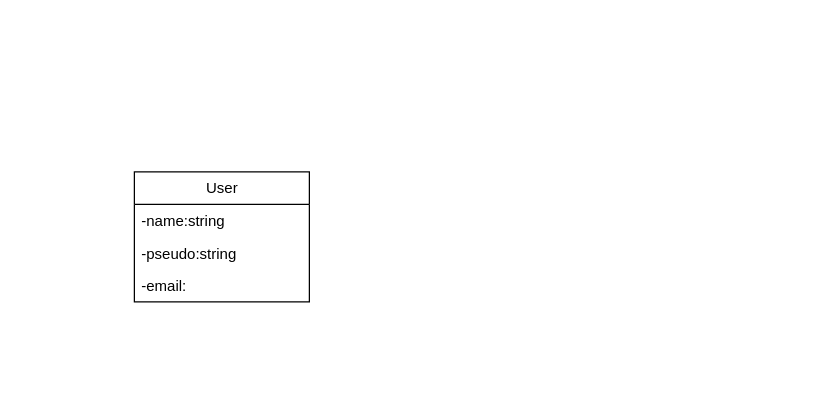
This is app/diagramme/classD.drawio from abderrahim-ghmouch/linkup, a draw.io file, before an edit. Source tidied: cells renumbered, new cells numbered last; positions are measured from the earlier drawing's top-left corner, leaving out a move shared by most shapes. Both pictures are drawn from the tidied source at 125%, with x=0, y=0 at pixel (134, 171).
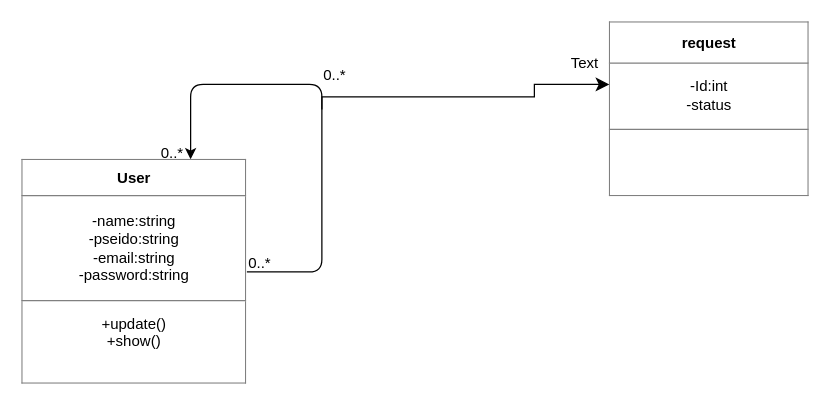
Above is the later version.

Commit message (it also covers changes not shown here):
updatee the UML and fix the route of network

What changed in the source:
```diff
@@
 <mxGraphModel>
   <root>
     <mxCell id="0" />
     <mxCell id="1" parent="0" />
-    <mxCell id="2" value="User" style="swimlane;fontStyle=0;horizontal=1;startSize=26;fillColor=none;html=1;" parent="1" vertex="1">
-      <mxGeometry width="140" height="104" as="geometry" />
-    </mxCell>
-    <mxCell id="3" value="-name:string" style="text;strokeColor=none;fillColor=none;align=left;verticalAlign=top;spacingLeft=4;spacingRight=4;overflow=hidden;whiteSpace=wrap;html=1;" parent="2" vertex="1">
-      <mxGeometry y="26" width="140" height="26" as="geometry" />
-    </mxCell>
-    <mxCell id="4" value="-pseudo:string&lt;div&gt;&lt;br&gt;&lt;/div&gt;" style="text;strokeColor=none;fillColor=none;align=left;verticalAlign=top;spacingLeft=4;spacingRight=4;overflow=hidden;whiteSpace=wrap;html=1;" parent="2" vertex="1">
-      <mxGeometry y="52" width="140" height="26" as="geometry" />
-    </mxCell>
-    <mxCell id="5" value="-email:" style="text;strokeColor=none;fillColor=none;align=left;verticalAlign=top;spacingLeft=4;spacingRight=4;overflow=hidden;whiteSpace=wrap;html=1;" parent="2" vertex="1">
-      <mxGeometry y="78" width="140" height="26" as="geometry" />
-    </mxCell>
+    <mxCell id="6" style="edgeStyle=none;html=1;exitX=1;exitY=0.5;exitDx=0;exitDy=0;entryX=0.75;entryY=0;entryDx=0;entryDy=0;" parent="1" edge="1" source="7" target="7">
+      <mxGeometry relative="1" as="geometry">
+        <Array as="points">
+          <mxPoint x="150" y="80" />
+          <mxPoint x="150" y="-70" />
+          <mxPoint x="45" y="-70" />
+        </Array>
+      </mxGeometry>
+    </mxCell>
+    <mxCell id="7" value="&lt;table border=&quot;1&quot; width=&quot;100%&quot; height=&quot;100%&quot; cellpadding=&quot;4&quot; style=&quot;width:100%;height:100%;border-collapse:collapse;&quot;&gt;&lt;tbody&gt;&lt;tr&gt;&lt;th align=&quot;center&quot;&gt;&lt;b&gt;User&lt;/b&gt;&lt;/th&gt;&lt;/tr&gt;&lt;tr&gt;&lt;td align=&quot;center&quot;&gt;-name:string&lt;br&gt;-pseido:string&lt;br&gt;-email:string&lt;br&gt;-password:string&lt;/td&gt;&lt;/tr&gt;&lt;tr&gt;&lt;td align=&quot;center&quot;&gt;+update()&lt;br&gt;+show()&lt;br&gt;&lt;br&gt;&lt;/td&gt;&lt;/tr&gt;&lt;/tbody&gt;&lt;/table&gt;" style="text;html=1;whiteSpace=wrap;strokeColor=none;fillColor=none;overflow=fill;" parent="1" vertex="1">
+      <mxGeometry x="-90" y="-10" width="180" height="180" as="geometry" />
+    </mxCell>
+    <mxCell id="8" value="0..*" style="text;html=1;align=center;verticalAlign=middle;strokeColor=none;fillColor=none;" parent="1" vertex="1">
+      <mxGeometry x="80" y="58" width="40" height="30" as="geometry" />
+    </mxCell>
+    <mxCell id="9" value="0..*" style="text;html=1;align=center;verticalAlign=middle;strokeColor=none;fillColor=none;" parent="1" vertex="1">
+      <mxGeometry x="10" y="-30" width="40" height="30" as="geometry" />
+    </mxCell>
+    <mxCell id="10" value="&lt;table border=&quot;1&quot; width=&quot;100%&quot; height=&quot;100%&quot; cellpadding=&quot;4&quot; style=&quot;width:100%;height:100%;border-collapse:collapse;&quot;&gt;&lt;tbody&gt;&lt;tr&gt;&lt;th align=&quot;center&quot;&gt;&lt;b&gt;request&lt;/b&gt;&lt;/th&gt;&lt;/tr&gt;&lt;tr&gt;&lt;td align=&quot;center&quot;&gt;-Id:int&lt;br&gt;-status&lt;/td&gt;&lt;/tr&gt;&lt;tr&gt;&lt;td align=&quot;center&quot;&gt;&lt;br&gt;&lt;br&gt;&lt;/td&gt;&lt;/tr&gt;&lt;/tbody&gt;&lt;/table&gt;" style="text;html=1;whiteSpace=wrap;strokeColor=none;fillColor=none;overflow=fill;" parent="1" vertex="1">
+      <mxGeometry x="380" y="-120" width="160" height="140" as="geometry" />
+    </mxCell>
+    <mxCell id="11" style="edgeStyle=segmentEdgeStyle;endArrow=classic;html=1;curved=0;rounded=0;endSize=8;startSize=8;" parent="1" edge="1">
+      <mxGeometry relative="1" as="geometry">
+        <mxPoint x="150" y="-50" as="sourcePoint" />
+        <mxPoint x="380" y="-70" as="targetPoint" />
+        <Array as="points">
+          <mxPoint x="150" y="-60" />
+          <mxPoint x="320" y="-60" />
+          <mxPoint x="320" y="-70" />
+        </Array>
+      </mxGeometry>
+    </mxCell>
+    <mxCell id="12" value="0..*" style="text;html=1;align=center;verticalAlign=middle;strokeColor=none;fillColor=none;" parent="1" vertex="1">
+      <mxGeometry x="140" y="-92" width="40" height="30" as="geometry" />
+    </mxCell>
+    <mxCell id="13" value="Text" style="text;html=1;align=center;verticalAlign=middle;strokeColor=none;fillColor=none;" parent="1" vertex="1">
+      <mxGeometry x="335" y="-102" width="50" height="30" as="geometry" />
+    </mxCell>
   </root>
 </mxGraphModel>
```
